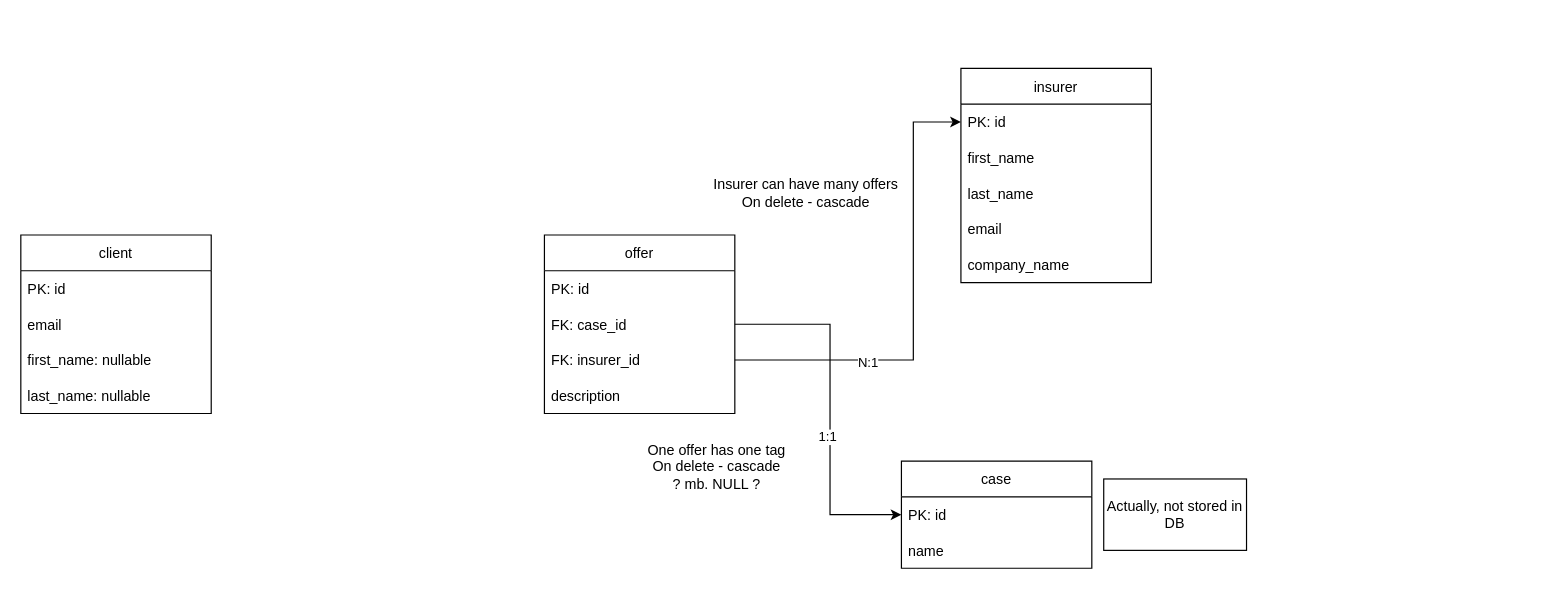
Earlier version of the draw.io diagram docks/current.drawio (hophiphip/bruh). Source tidied: cells renumbered, new cells numbered last; positions are measured from the earlier drawing's top-left corner, leaving out a move shared by most shapes. Both pictures are drawn from the tidied source at 119%, with x=0, y=0 at pixel (20, 68).
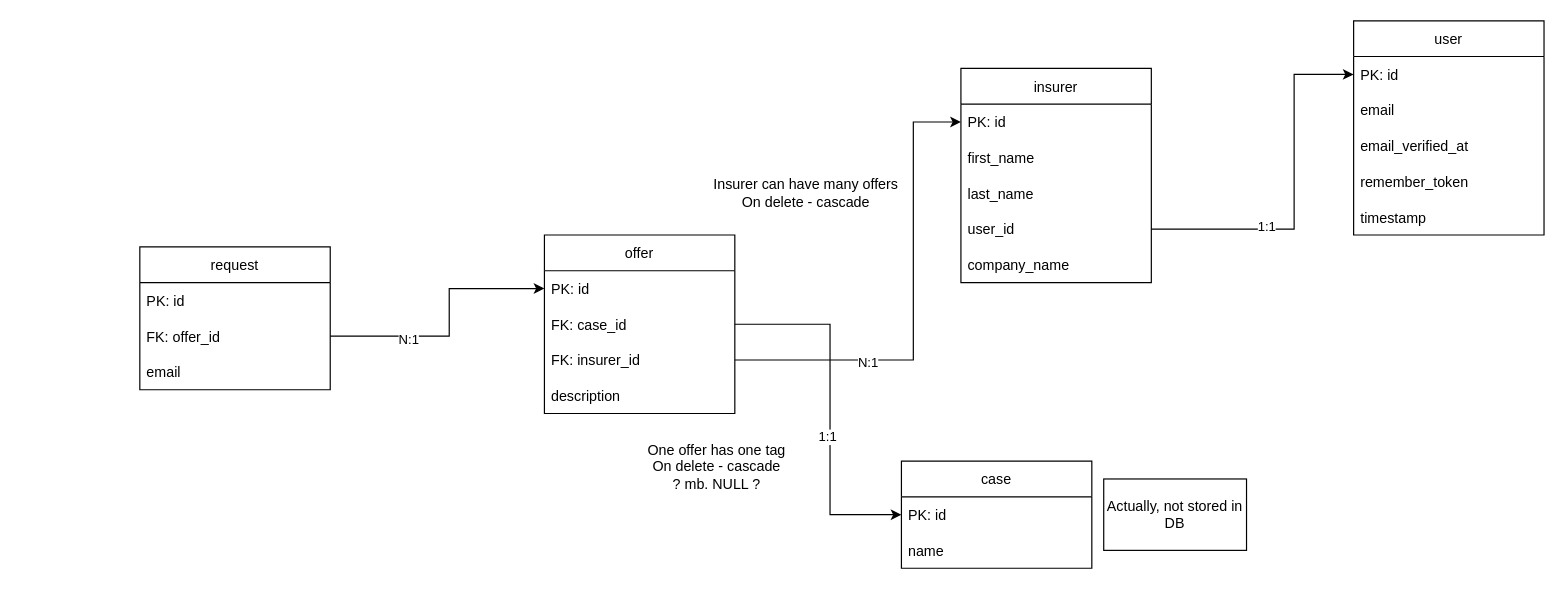
After the change.

Unchanged cells that the change refers to:
```xml
<mxCell id="2" value="insurer" style="swimlane;fontStyle=0;horizontal=1;startSize=30;" parent="1" vertex="1">
  <mxGeometry x="790" width="160" height="180" as="geometry" />
</mxCell>
<mxCell id="9" value="PK: id" style="text;strokeColor=none;fillColor=none;align=left;verticalAlign=middle;spacingLeft=4;spacingRight=4;overflow=hidden;points=[[0,0.5],[1,0.5]];portConstraint=eastwest;" parent="8" vertex="1">
  <mxGeometry y="30" width="160" height="30" as="geometry" />
</mxCell>
<mxCell id="24" value="PK: id" style="text;strokeColor=none;fillColor=none;align=left;verticalAlign=middle;spacingLeft=4;spacingRight=4;overflow=hidden;points=[[0,0.5],[1,0.5]];portConstraint=eastwest;" parent="23" vertex="1">
  <mxGeometry y="30" width="160" height="30" as="geometry" />
</mxCell>
```

Diff of the diagram source:
```diff
@@
-    <mxCell id="6" value="email" style="text;strokeColor=none;fillColor=none;align=left;verticalAlign=middle;spacingLeft=4;spacingRight=4;overflow=hidden;points=[[0,0.5],[1,0.5]];portConstraint=eastwest;" parent="2" vertex="1">
+    <mxCell id="6" value="user_id" style="text;strokeColor=none;fillColor=none;align=left;verticalAlign=middle;spacingLeft=4;spacingRight=4;overflow=hidden;points=[[0,0.5],[1,0.5]];portConstraint=eastwest;" parent="2" vertex="1">
       <mxGeometry y="120" width="160" height="30" as="geometry" />
     </mxCell>
@@
-    <mxCell id="23" value="client" style="swimlane;fontStyle=0;horizontal=1;startSize=30;" parent="1" vertex="1">
-      <mxGeometry y="140" width="160" height="150" as="geometry" />
+    <mxCell id="23" value="user" style="swimlane;fontStyle=0;horizontal=1;startSize=30;" parent="1" vertex="1">
+      <mxGeometry x="1120" y="-40" width="160" height="180" as="geometry" />
     </mxCell>
@@
-    <mxCell id="26" value="first_name: nullable" style="text;strokeColor=none;fillColor=none;align=left;verticalAlign=middle;spacingLeft=4;spacingRight=4;overflow=hidden;" parent="23" vertex="1">
+    <mxCell id="26" value="email_verified_at" style="text;strokeColor=none;fillColor=none;align=left;verticalAlign=middle;spacingLeft=4;spacingRight=4;overflow=hidden;" parent="23" vertex="1">
       <mxGeometry y="90" width="160" height="30" as="geometry" />
     </mxCell>
-    <mxCell id="27" value="last_name: nullable" style="text;strokeColor=none;fillColor=none;align=left;verticalAlign=middle;spacingLeft=4;spacingRight=4;overflow=hidden;" parent="23" vertex="1">
+    <mxCell id="27" value="remember_token" style="text;strokeColor=none;fillColor=none;align=left;verticalAlign=middle;spacingLeft=4;spacingRight=4;overflow=hidden;" parent="23" vertex="1">
       <mxGeometry y="120" width="160" height="30" as="geometry" />
     </mxCell>
+    <mxCell id="28" value="timestamp" style="text;strokeColor=none;fillColor=none;align=left;verticalAlign=middle;spacingLeft=4;spacingRight=4;overflow=hidden;" parent="23" vertex="1">
+      <mxGeometry y="150" width="160" height="30" as="geometry" />
+    </mxCell>
+    <mxCell id="29" style="endArrow=classic;html=1;rounded=0;exitX=1;exitY=0.5;exitDx=0;exitDy=0;entryX=0;entryY=0.5;entryDx=0;entryDy=0;" parent="1" edge="1" source="6" target="24">
+      <mxGeometry relative="1" as="geometry">
+        <Array as="points">
+          <mxPoint x="1070" y="135" />
+          <mxPoint x="1070" y="5" />
+        </Array>
+      </mxGeometry>
+    </mxCell>
+    <mxCell id="30" value="1:1" style="edgeLabel;html=1;align=center;verticalAlign=middle;" parent="29" vertex="1">
+      <mxGeometry x="-0.36" y="3" relative="1" as="geometry" />
+    </mxCell>
+    <mxCell id="31" value="request" style="swimlane;fontStyle=0;horizontal=1;startSize=30;" parent="1" vertex="1">
+      <mxGeometry x="100" y="150" width="160" height="120" as="geometry" />
+    </mxCell>
+    <mxCell id="32" value="PK: id" style="text;strokeColor=none;fillColor=none;align=left;verticalAlign=middle;spacingLeft=4;spacingRight=4;overflow=hidden;" parent="31" vertex="1">
+      <mxGeometry y="30" width="160" height="30" as="geometry" />
+    </mxCell>
+    <mxCell id="33" value="FK: offer_id" style="text;strokeColor=none;fillColor=none;align=left;verticalAlign=middle;spacingLeft=4;spacingRight=4;overflow=hidden;points=[[0,0.5],[1,0.5]];portConstraint=eastwest;" parent="31" vertex="1">
+      <mxGeometry y="60" width="160" height="30" as="geometry" />
+    </mxCell>
+    <mxCell id="34" value="email" style="text;strokeColor=none;fillColor=none;align=left;verticalAlign=middle;spacingLeft=4;spacingRight=4;overflow=hidden;" parent="31" vertex="1">
+      <mxGeometry y="90" width="160" height="30" as="geometry" />
+    </mxCell>
+    <mxCell id="35" style="endArrow=classic;html=1;rounded=0;exitX=1;exitY=0.5;exitDx=0;exitDy=0;entryX=0;entryY=0.5;entryDx=0;entryDy=0;" parent="1" edge="1" source="33" target="9">
+      <mxGeometry relative="1" as="geometry">
+        <Array as="points">
+          <mxPoint x="360" y="225" />
+          <mxPoint x="360" y="185" />
+        </Array>
+      </mxGeometry>
+    </mxCell>
+    <mxCell id="36" value="N:1" style="edgeLabel;html=1;align=center;verticalAlign=middle;" parent="35" vertex="1">
+      <mxGeometry x="-0.41" y="-2" relative="1" as="geometry" />
+    </mxCell>
```
